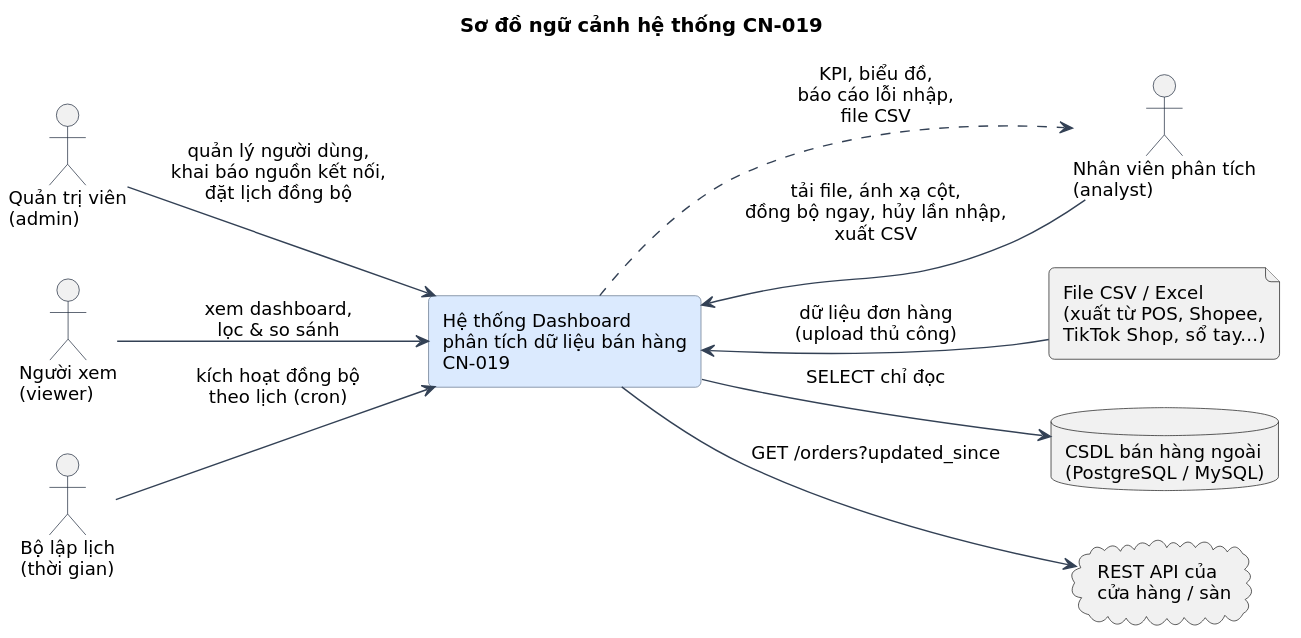
Before: docs/phan-tich/so-do/out/01-ngu-canh.svg, a diagram exported from PlantUML (hoang13516-dev/TTCN_CCROBO). Source of this version:
```plantuml
@startuml
!include _style.iuml
title Sơ đồ ngữ cảnh hệ thống CN-019
left to right direction

actor "Quản trị viên\n(admin)" as AD
actor "Nhân viên phân tích\n(analyst)" as AN
actor "Người xem\n(viewer)" as V
actor "Bộ lập lịch\n(thời gian)" as SCH

rectangle "Hệ thống Dashboard\nphân tích dữ liệu bán hàng\nCN-019" as SYS #dbeafe

file "File CSV / Excel\n(xuất từ POS, Shopee,\nTikTok Shop, sổ tay...)" as FILE
database "CSDL bán hàng ngoài\n(PostgreSQL / MySQL)" as EXTDB
cloud "REST API của\ncửa hàng / sàn" as EXTAPI

AD --> SYS : quản lý người dùng,\nkhai báo nguồn kết nối,\nđặt lịch đồng bộ
AN --> SYS : tải file, ánh xạ cột,\nđồng bộ ngay, hủy lần nhập,\nxuất CSV
V --> SYS : xem dashboard,\nlọc & so sánh
SCH --> SYS : kích hoạt đồng bộ\ntheo lịch (cron)

SYS <-- FILE : dữ liệu đơn hàng\n(upload thủ công)
SYS --> EXTDB : SELECT chỉ đọc
SYS --> EXTAPI : GET /orders?updated_since
SYS ..> AN : KPI, biểu đồ,\nbáo cáo lỗi nhập,\nfile CSV
@enduml
```
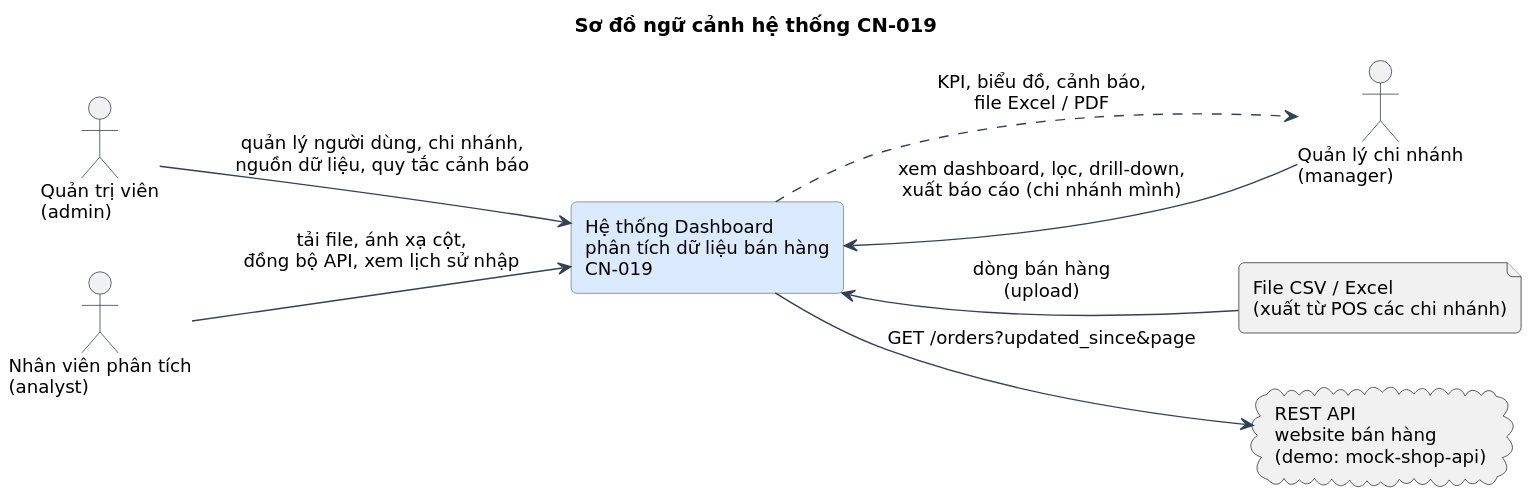
After the commit.

What changed in the source:
```diff
@@ -5,22 +5,18 @@
 
 actor "Quản trị viên\n(admin)" as AD
 actor "Nhân viên phân tích\n(analyst)" as AN
-actor "Người xem\n(viewer)" as V
-actor "Bộ lập lịch\n(thời gian)" as SCH
+actor "Quản lý chi nhánh\n(manager)" as MG
 
 rectangle "Hệ thống Dashboard\nphân tích dữ liệu bán hàng\nCN-019" as SYS #dbeafe
 
-file "File CSV / Excel\n(xuất từ POS, Shopee,\nTikTok Shop, sổ tay...)" as FILE
-database "CSDL bán hàng ngoài\n(PostgreSQL / MySQL)" as EXTDB
-cloud "REST API của\ncửa hàng / sàn" as EXTAPI
+file "File CSV / Excel\n(xuất từ POS các chi nhánh)" as FILE
+cloud "REST API\nwebsite bán hàng\n(demo: mock-shop-api)" as EXTAPI
 
-AD --> SYS : quản lý người dùng,\nkhai báo nguồn kết nối,\nđặt lịch đồng bộ
-AN --> SYS : tải file, ánh xạ cột,\nđồng bộ ngay, hủy lần nhập,\nxuất CSV
-V --> SYS : xem dashboard,\nlọc & so sánh
-SCH --> SYS : kích hoạt đồng bộ\ntheo lịch (cron)
+AD --> SYS : quản lý người dùng, chi nhánh,\nnguồn dữ liệu, quy tắc cảnh báo
+AN --> SYS : tải file, ánh xạ cột,\nđồng bộ API, xem lịch sử nhập
+MG --> SYS : xem dashboard, lọc, drill-down,\nxuất báo cáo (chi nhánh mình)
 
-SYS <-- FILE : dữ liệu đơn hàng\n(upload thủ công)
-SYS --> EXTDB : SELECT chỉ đọc
-SYS --> EXTAPI : GET /orders?updated_since
-SYS ..> AN : KPI, biểu đồ,\nbáo cáo lỗi nhập,\nfile CSV
+SYS <-- FILE : dòng bán hàng\n(upload)
+SYS --> EXTAPI : GET /orders?updated_since&page
+SYS ..> MG : KPI, biểu đồ, cảnh báo,\nfile Excel / PDF
 @enduml
```
